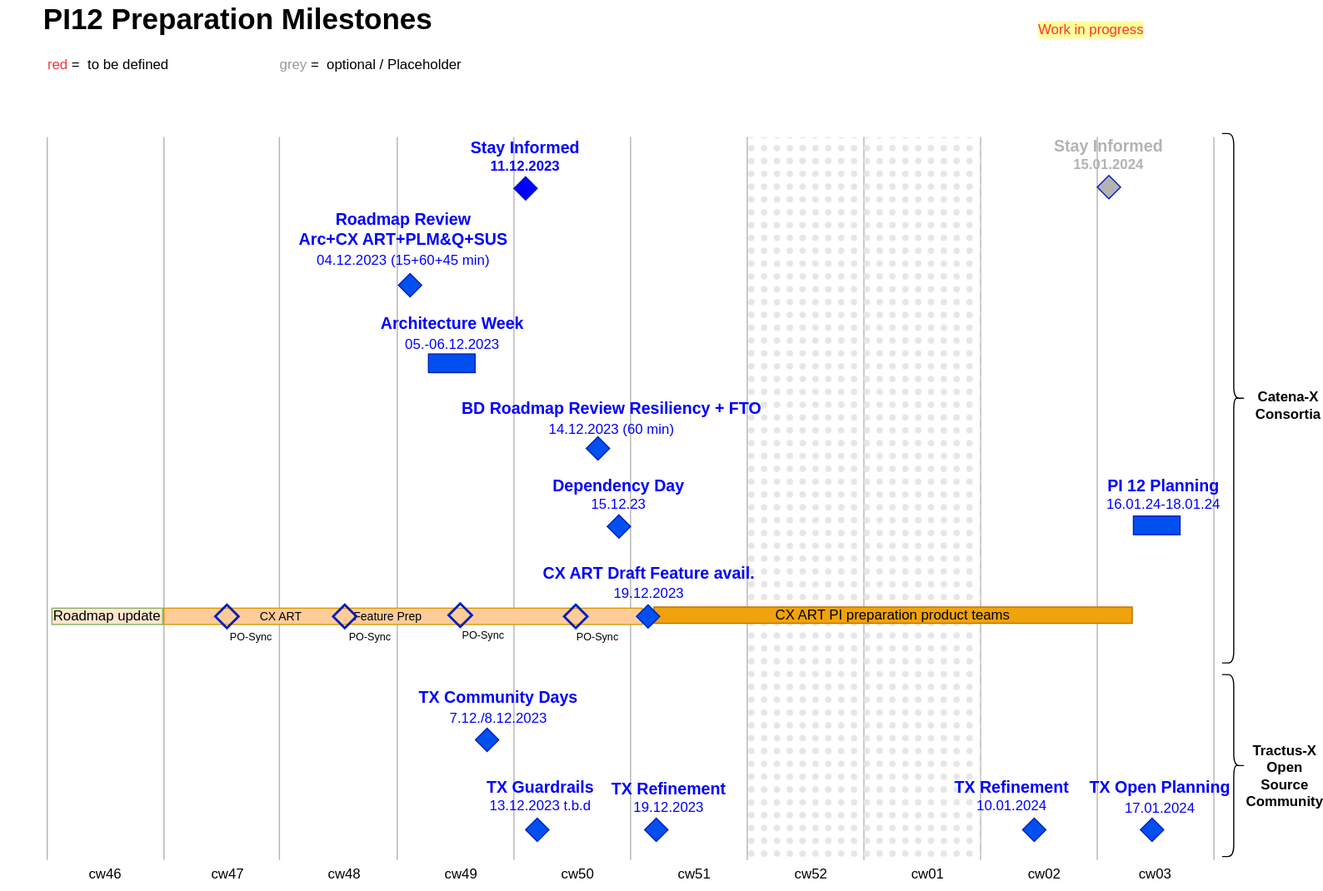
This is PI12-Preparation-Timeline.drawio.svg from mabige/scratchpad, a draw.io export, as it was before one commit. Source tidied: cells renumbered, new cells last; positions are measured from the earlier drawing's top-left corner, leaving out a move shared by most shapes.
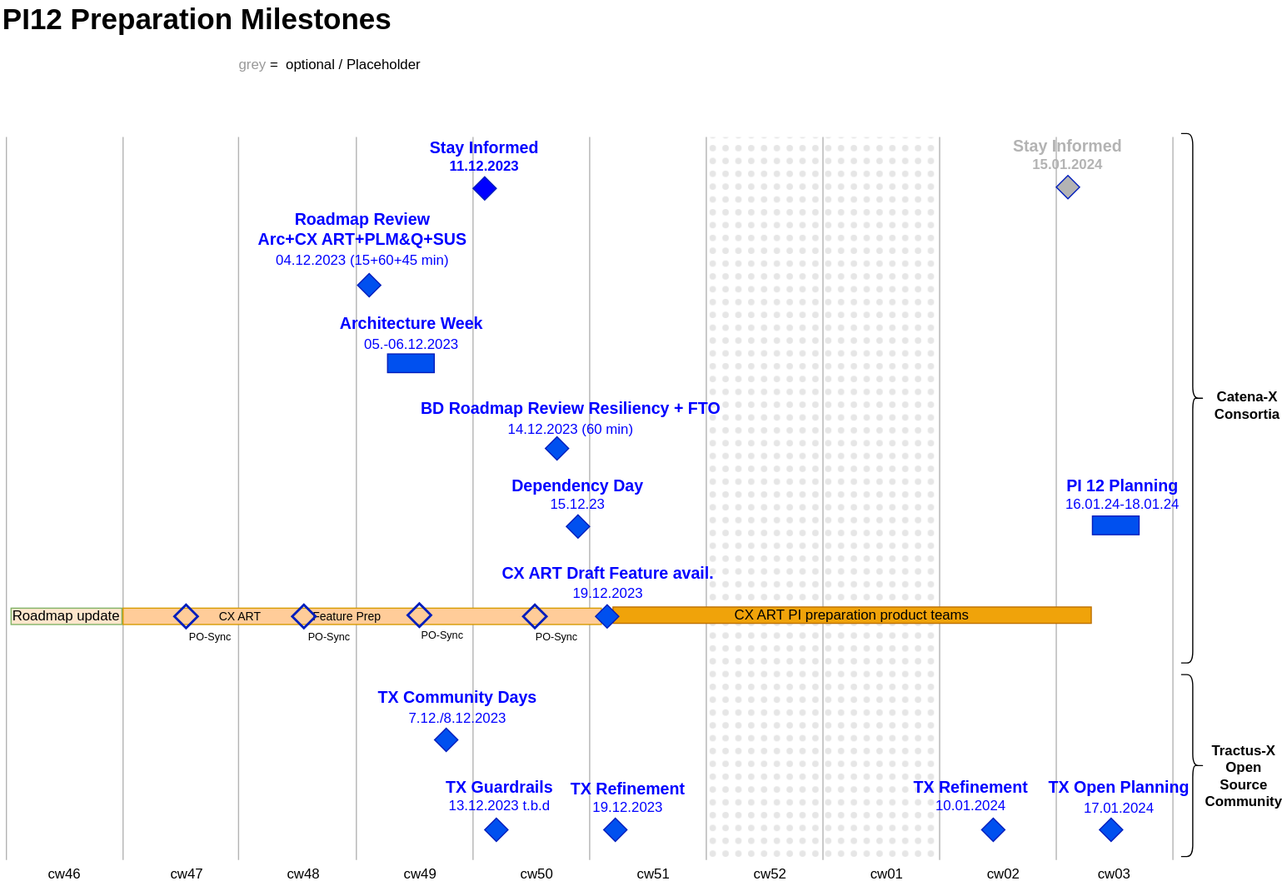
The same file after the commit.

Diff of the diagram source:
```diff
@@ -170,12 +170,6 @@
     <mxCell id="46" value="&lt;font color=&quot;#999999&quot;&gt;grey&lt;/font&gt; =&amp;nbsp; optional / Placeholder" style="text;html=1;strokeColor=none;fillColor=none;align=center;verticalAlign=middle;whiteSpace=wrap;rounded=0;" parent="1" vertex="1">
       <mxGeometry x="225" y="40" width="185" height="30" as="geometry" />
     </mxCell>
-    <mxCell id="47" value="&lt;font color=&quot;#ff3333&quot;&gt;red&lt;/font&gt; =&amp;nbsp; to be defined " style="text;html=1;strokeColor=none;fillColor=none;align=center;verticalAlign=middle;whiteSpace=wrap;rounded=0;" parent="1" vertex="1">
-      <mxGeometry y="40" width="185" height="30" as="geometry" />
-    </mxCell>
-    <mxCell id="48" value="Work in progress" style="text;html=1;strokeColor=none;fillColor=none;align=center;verticalAlign=middle;whiteSpace=wrap;rounded=0;fontColor=#FF3333;labelBackgroundColor=#FFFF99;" parent="1" vertex="1">
-      <mxGeometry x="860" y="10" width="150" height="30" as="geometry" />
-    </mxCell>
     <mxCell id="49" style="rhombus;whiteSpace=wrap;html=1;fillColor=none;fontColor=#ffffff;strokeColor=#001DBC;strokeWidth=2;" parent="1" vertex="1">
       <mxGeometry x="285" y="518" width="20" height="20" as="geometry" />
     </mxCell>
```
